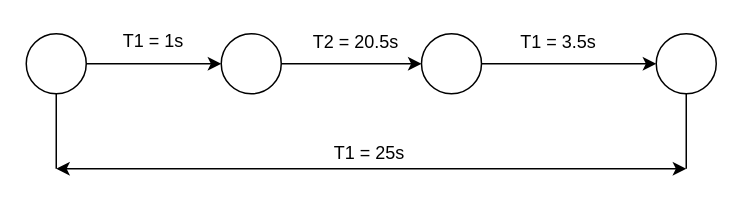
This is Tesis/Tiempos.drawio from jfnando3030/Maestria-de-Sofware, a draw.io file, before an edit. Source tidied: cells renumbered, new cells numbered last; positions are measured from the earlier drawing's top-left corner, leaving out a move shared by most shapes. Both pictures are drawn from the tidied source at 150%, with x=0, y=0 at pixel (26, 26).
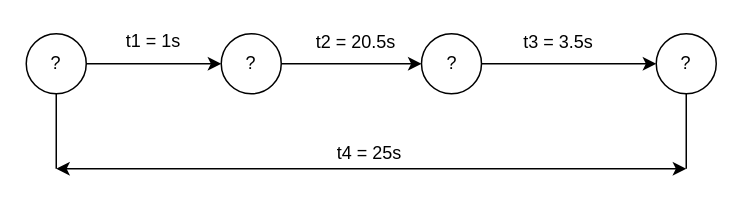
The same page after the edit.

What changed in the source:
```diff
@@
 <mxGraphModel>
   <root>
     <mxCell id="0" />
     <mxCell id="1" parent="0" />
-    <mxCell id="2" style="ellipse;whiteSpace=wrap;html=1;" parent="1" vertex="1">
+    <mxCell id="2" value="?" style="ellipse;whiteSpace=wrap;html=1;" parent="1" vertex="1">
       <mxGeometry y="5" width="40" height="40" as="geometry" />
     </mxCell>
-    <mxCell id="3" style="ellipse;whiteSpace=wrap;html=1;" parent="1" vertex="1">
+    <mxCell id="3" value="?" style="ellipse;whiteSpace=wrap;html=1;" parent="1" vertex="1">
       <mxGeometry x="130" y="5" width="40" height="40" as="geometry" />
     </mxCell>
-    <mxCell id="4" style="ellipse;whiteSpace=wrap;html=1;" parent="1" vertex="1">
+    <mxCell id="4" value="?" style="ellipse;whiteSpace=wrap;html=1;" parent="1" vertex="1">
       <mxGeometry x="263.5" y="5" width="40" height="40" as="geometry" />
     </mxCell>
-    <mxCell id="5" style="ellipse;whiteSpace=wrap;html=1;" parent="1" vertex="1">
+    <mxCell id="5" value="?" style="ellipse;whiteSpace=wrap;html=1;" parent="1" vertex="1">
       <mxGeometry x="420" y="5" width="40" height="40" as="geometry" />
     </mxCell>
     <mxCell id="6" style="endArrow=none;html=1;entryX=0.5;entryY=1;entryDx=0;entryDy=0;" parent="1" edge="1" target="2">
       <mxGeometry relative="1" as="geometry">
         <mxPoint x="20" y="95" as="sourcePoint" />
       </mxGeometry>
     </mxCell>
     <mxCell id="7" style="endArrow=none;html=1;entryX=0.5;entryY=1;entryDx=0;entryDy=0;" parent="1" edge="1" target="5">
       <mxGeometry relative="1" as="geometry">
         <mxPoint x="440" y="95" as="sourcePoint" />
       </mxGeometry>
     </mxCell>
     <mxCell id="8" style="endArrow=classic;html=1;exitX=1;exitY=0.5;exitDx=0;exitDy=0;entryX=0;entryY=0.5;entryDx=0;entryDy=0;" parent="1" edge="1" source="2" target="3">
       <mxGeometry relative="1" as="geometry" />
     </mxCell>
     <mxCell id="9" style="endArrow=classic;html=1;exitX=1;exitY=0.5;exitDx=0;exitDy=0;entryX=0;entryY=0.5;entryDx=0;entryDy=0;" parent="1" edge="1" source="3" target="4">
       <mxGeometry relative="1" as="geometry" />
     </mxCell>
     <mxCell id="10" style="endArrow=classic;html=1;exitX=1;exitY=0.5;exitDx=0;exitDy=0;entryX=0;entryY=0.5;entryDx=0;entryDy=0;" parent="1" edge="1" source="4" target="5">
       <mxGeometry relative="1" as="geometry" />
     </mxCell>
     <mxCell id="11" style="endArrow=classic;startArrow=classic;html=1;" parent="1" edge="1">
       <mxGeometry relative="1" as="geometry">
         <mxPoint x="20" y="95" as="sourcePoint" />
         <mxPoint x="440" y="95" as="targetPoint" />
       </mxGeometry>
     </mxCell>
-    <mxCell id="12" value="T2 = 20.5s" style="text;html=1;strokeColor=none;fillColor=none;align=center;verticalAlign=middle;whiteSpace=wrap;rounded=0;" parent="1" vertex="1">
+    <mxCell id="12" value="t2 = 20.5s" style="text;html=1;strokeColor=none;fillColor=none;align=center;verticalAlign=middle;whiteSpace=wrap;rounded=0;" parent="1" vertex="1">
       <mxGeometry x="180" y="1" width="80" height="20" as="geometry" />
     </mxCell>
-    <mxCell id="13" value="T1 = 1s" style="text;html=1;strokeColor=none;fillColor=none;align=center;verticalAlign=middle;whiteSpace=wrap;rounded=0;" parent="1" vertex="1">
+    <mxCell id="13" value="t1 = 1s" style="text;html=1;strokeColor=none;fillColor=none;align=center;verticalAlign=middle;whiteSpace=wrap;rounded=0;" parent="1" vertex="1">
       <mxGeometry x="50" width="70" height="20" as="geometry" />
     </mxCell>
-    <mxCell id="14" value="T1 = 25s" style="text;html=1;strokeColor=none;fillColor=none;align=center;verticalAlign=middle;whiteSpace=wrap;rounded=0;" parent="1" vertex="1">
+    <mxCell id="14" value="t4 = 25s" style="text;html=1;strokeColor=none;fillColor=none;align=center;verticalAlign=middle;whiteSpace=wrap;rounded=0;" parent="1" vertex="1">
       <mxGeometry x="193.5" y="75" width="70" height="20" as="geometry" />
     </mxCell>
-    <mxCell id="15" value="T1 = 3.5s" style="text;html=1;strokeColor=none;fillColor=none;align=center;verticalAlign=middle;whiteSpace=wrap;rounded=0;" parent="1" vertex="1">
+    <mxCell id="15" value="t3 = 3.5s" style="text;html=1;strokeColor=none;fillColor=none;align=center;verticalAlign=middle;whiteSpace=wrap;rounded=0;" parent="1" vertex="1">
       <mxGeometry x="320" y="1" width="70" height="20" as="geometry" />
     </mxCell>
   </root>
 </mxGraphModel>
```
